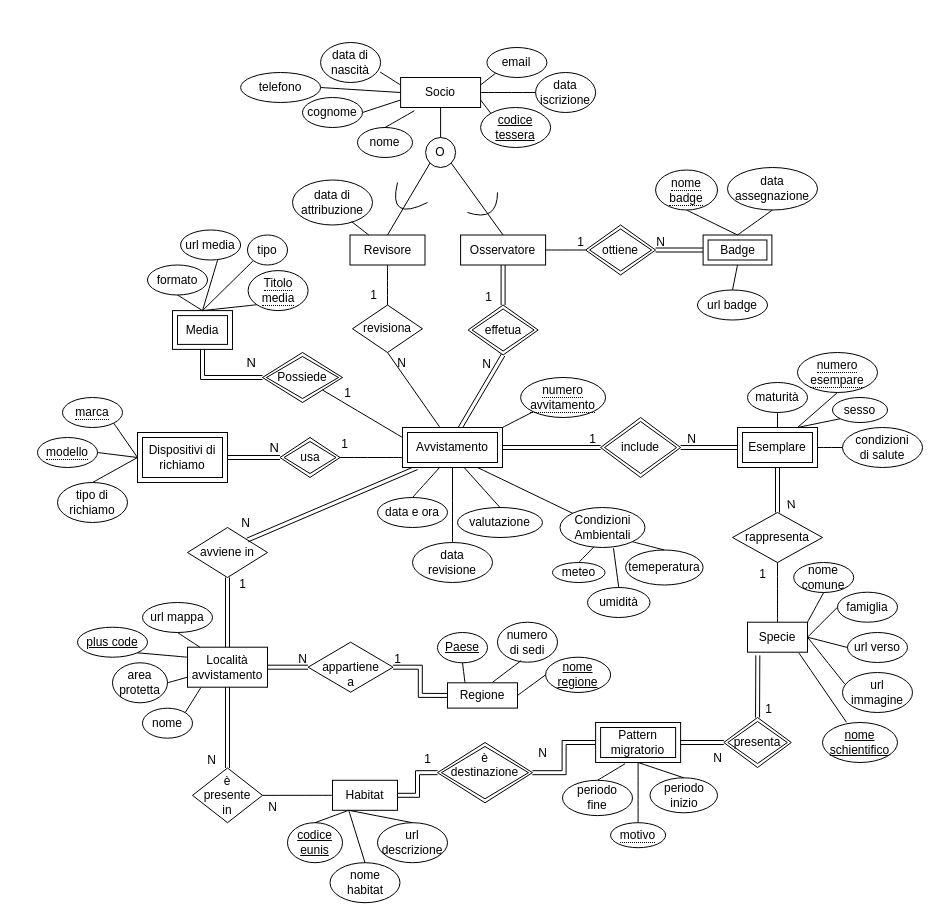
Before: page "Page-1" (1 of 4) of document/DiagramErr.drawio in uni-aca100/db-uni, a draw.io diagram. Source tidied: cells renumbered, new cells numbered last; positions are measured from the earlier drawing's top-left corner, leaving out a move shared by most shapes. Both pictures are drawn from the tidied source at 100%, with x=0, y=0 at pixel (37, 42).
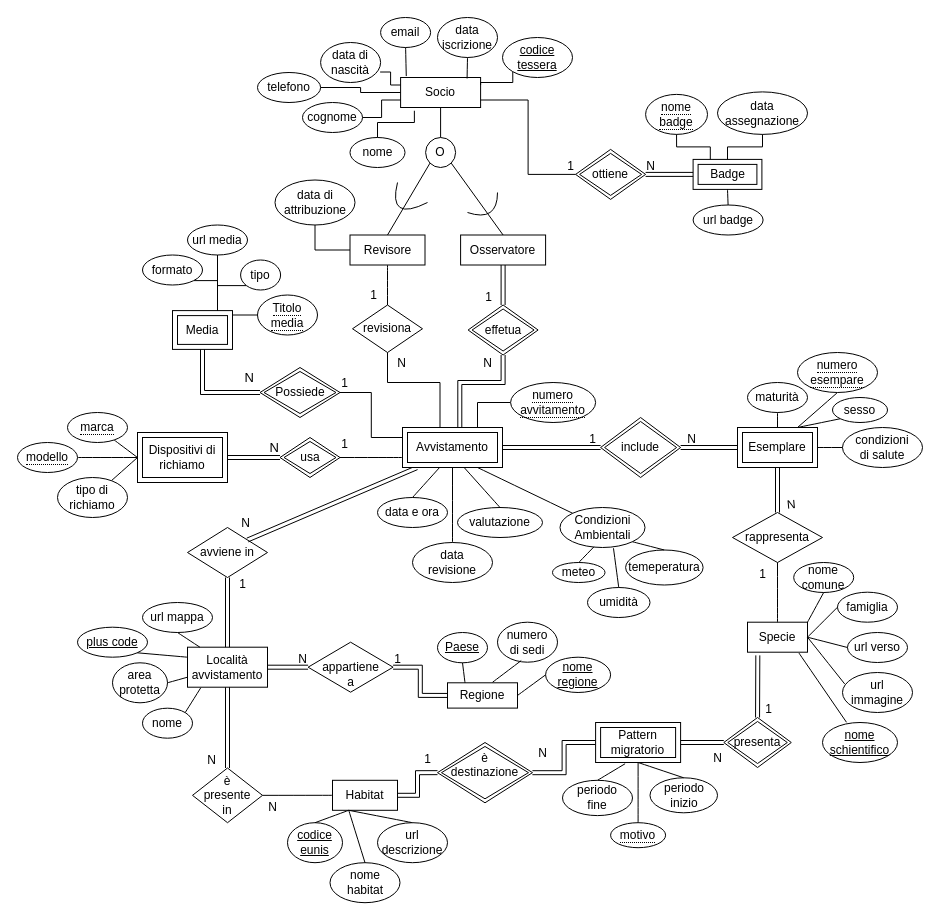
The same page after the edit.

The change refers to these unchanged cells:
```xml
<mxCell id="2" value="&lt;font&gt;Socio&lt;/font&gt;" style="whiteSpace=wrap;html=1;align=center;" parent="1" vertex="1">
  <mxGeometry x="363.1" y="35" width="80" height="30" as="geometry" />
</mxCell>
<mxCell id="6" value="Revisore" style="rounded=0;whiteSpace=wrap;html=1;" parent="1" vertex="1">
  <mxGeometry x="312.5" y="192.5" width="75" height="30" as="geometry" />
</mxCell>
<mxCell id="7" value="Osservatore" style="rounded=0;whiteSpace=wrap;html=1;" parent="1" vertex="1">
  <mxGeometry x="423.1" y="192.5" width="85" height="30" as="geometry" />
</mxCell>
<mxCell id="9" value="revisiona" style="shape=rhombus;perimeter=rhombusPerimeter;whiteSpace=wrap;html=1;align=center;" parent="1" vertex="1">
  <mxGeometry x="315" y="262.5" width="70" height="47.5" as="geometry" />
</mxCell>
<mxCell id="20" value="Media" style="shape=ext;margin=3;double=1;whiteSpace=wrap;html=1;align=center;" parent="1" vertex="1">
  <mxGeometry x="135" y="268.1" width="60" height="38.8" as="geometry" />
</mxCell>
<mxCell id="26" value="Dispositivi di richiamo" style="shape=ext;margin=3;double=1;whiteSpace=wrap;html=1;align=center;" parent="1" vertex="1">
  <mxGeometry x="100" y="390" width="90" height="50" as="geometry" />
</mxCell>
<mxCell id="130" value="data di nascità" style="ellipse;whiteSpace=wrap;html=1;align=center;" parent="1" vertex="1">
  <mxGeometry x="283.1" width="60" height="40" as="geometry" />
</mxCell>
<mxCell id="166" value="Avvistamento" style="shape=ext;margin=3;double=1;whiteSpace=wrap;html=1;align=center;" parent="1" vertex="1">
  <mxGeometry x="365" y="385" width="100" height="40" as="geometry" />
</mxCell>
<mxCell id="167" value="effetua" style="shape=rhombus;double=1;perimeter=rhombusPerimeter;whiteSpace=wrap;html=1;align=center;" parent="1" vertex="1">
  <mxGeometry x="430.6" y="262.5" width="70" height="50" as="geometry" />
</mxCell>
```

Diff of the diagram source:
```diff
@@
-    <mxCell id="10" style="endArrow=none;html=1;rounded=0;fontSize=12;startSize=8;endSize=8;curved=1;entryX=0.5;entryY=1;entryDx=0;entryDy=0;exitX=0.25;exitY=0;exitDx=0;exitDy=0;" parent="1" edge="1" target="9">
+    <mxCell id="10" style="endArrow=none;html=1;rounded=0;fontSize=12;startSize=8;endSize=8;entryX=0.5;entryY=1;entryDx=0;entryDy=0;exitX=0.25;exitY=0;exitDx=0;exitDy=0;edgeStyle=orthogonalEdgeStyle;" parent="1" edge="1" target="9">
       <mxGeometry relative="1" as="geometry">
         <mxPoint x="402.5" y="385" as="sourcePoint" />
+        <Array as="points">
+          <mxPoint x="402" y="340" />
+          <mxPoint x="350" y="340" />
+        </Array>
       </mxGeometry>
     </mxCell>
@@
-    <mxCell id="14" style="shape=link;html=1;rounded=0;fontSize=12;startSize=8;endSize=8;curved=1;exitX=0.573;exitY=0.027;exitDx=0;exitDy=0;entryX=0.5;entryY=1;entryDx=0;entryDy=0;exitPerimeter=0;" parent="1" edge="1" source="166" target="167">
-      <mxGeometry relative="1" as="geometry" />
+    <mxCell id="14" style="shape=link;html=1;rounded=0;fontSize=12;startSize=8;endSize=8;exitX=0.573;exitY=0.027;exitDx=0;exitDy=0;entryX=0.5;entryY=1;entryDx=0;entryDy=0;exitPerimeter=0;edgeStyle=orthogonalEdgeStyle;" parent="1" edge="1" source="166" target="167">
+      <mxGeometry relative="1" as="geometry">
+        <Array as="points">
+          <mxPoint x="422" y="340" />
+          <mxPoint x="466" y="340" />
+        </Array>
+      </mxGeometry>
     </mxCell>
@@
     <mxCell id="21" value="Possiede" style="shape=rhombus;double=1;perimeter=rhombusPerimeter;whiteSpace=wrap;html=1;align=center;" parent="1" vertex="1">
-      <mxGeometry x="225" y="310" width="80" height="50" as="geometry" />
+      <mxGeometry x="222.5" y="325" width="80" height="50" as="geometry" />
     </mxCell>
@@
-    <mxCell id="24" style="endArrow=none;html=1;rounded=0;fontSize=12;startSize=8;endSize=8;curved=1;entryX=1;entryY=1;entryDx=0;entryDy=0;exitX=0;exitY=0.25;exitDx=0;exitDy=0;" parent="1" edge="1" source="166" target="21">
+    <mxCell id="24" style="endArrow=none;html=1;rounded=0;fontSize=12;startSize=8;endSize=8;entryX=1;entryY=0.5;entryDx=0;entryDy=0;exitX=0;exitY=0.25;exitDx=0;exitDy=0;edgeStyle=orthogonalEdgeStyle;" parent="1" edge="1" source="166" target="21">
       <mxGeometry relative="1" as="geometry" />
     </mxCell>
     <mxCell id="25" value="&lt;font style=&quot;font-size: 12px;&quot;&gt;1&lt;/font&gt;" style="html=1;whiteSpace=wrap;align=right;verticalAlign=bottom;fontSize=15;" parent="24" vertex="1">
       <mxGeometry x="1" relative="1" as="geometry">
-        <mxPoint x="30" y="12" as="offset" />
+        <mxPoint x="10" as="offset" />
       </mxGeometry>
     </mxCell>
@@
     <mxCell id="52" value="Badge" style="shape=ext;margin=3;double=1;whiteSpace=wrap;html=1;align=center;" parent="1" vertex="1">
-      <mxGeometry x="665.6" y="192.5" width="68.8" height="30" as="geometry" />
+      <mxGeometry x="655.6" y="116.9" width="68.8" height="30" as="geometry" />
     </mxCell>
     <mxCell id="53" value="ottiene" style="shape=rhombus;double=1;perimeter=rhombusPerimeter;whiteSpace=wrap;html=1;align=center;" parent="1" vertex="1">
-      <mxGeometry x="548.1" y="182.5" width="70" height="50" as="geometry" />
+      <mxGeometry x="538.1" y="106.9" width="70" height="50" as="geometry" />
     </mxCell>
@@
-    <mxCell id="56" style="endArrow=none;html=1;rounded=0;fontSize=12;startSize=8;endSize=8;curved=1;entryX=0;entryY=0.5;entryDx=0;entryDy=0;exitX=1;exitY=0.5;exitDx=0;exitDy=0;" parent="1" edge="1" source="7" target="53">
+    <mxCell id="56" style="endArrow=none;html=1;rounded=0;fontSize=12;startSize=8;endSize=8;entryX=0;entryY=0.5;entryDx=0;entryDy=0;exitX=1;exitY=0.75;exitDx=0;exitDy=0;edgeStyle=orthogonalEdgeStyle;" parent="1" edge="1" source="2" target="53">
       <mxGeometry relative="1" as="geometry" />
     </mxCell>
@@
+    <mxCell id="79" style="edgeStyle=orthogonalEdgeStyle;rounded=0;jettySize=auto;html=1;exitX=0;exitY=1;exitDx=0;exitDy=0;entryX=0.75;entryY=0;entryDx=0;entryDy=0;fontSize=12;startSize=8;endSize=8;endArrow=none;endFill=0;" parent="1" edge="1" source="74" target="20">
+      <mxGeometry relative="1" as="geometry" />
+    </mxCell>
     <mxCell id="74" value="tipo" style="ellipse;whiteSpace=wrap;html=1;align=center;" parent="1" vertex="1">
-      <mxGeometry x="210" y="192.5" width="40" height="30" as="geometry" />
+      <mxGeometry x="203.1" y="217.5" width="40" height="30" as="geometry" />
     </mxCell>
+    <mxCell id="78" style="edgeStyle=orthogonalEdgeStyle;rounded=0;jettySize=auto;html=1;entryX=0.75;entryY=0;entryDx=0;entryDy=0;fontSize=12;startSize=8;endSize=8;endArrow=none;endFill=0;" parent="1" edge="1" source="75" target="20">
+      <mxGeometry relative="1" as="geometry" />
+    </mxCell>
     <mxCell id="75" value="url media" style="ellipse;whiteSpace=wrap;html=1;align=center;" parent="1" vertex="1">
-      <mxGeometry x="143.1" y="187.5" width="60" height="30" as="geometry" />
+      <mxGeometry x="150" y="182.5" width="60" height="30" as="geometry" />
     </mxCell>
+    <mxCell id="77" style="edgeStyle=orthogonalEdgeStyle;rounded=0;jettySize=auto;html=1;exitX=1;exitY=1;exitDx=0;exitDy=0;entryX=0.75;entryY=0;entryDx=0;entryDy=0;fontSize=12;startSize=8;endSize=8;endArrow=none;endFill=0;" parent="1" edge="1" source="76" target="20">
+      <mxGeometry relative="1" as="geometry" />
+    </mxCell>
     <mxCell id="76" value="formato" style="ellipse;whiteSpace=wrap;html=1;align=center;" parent="1" vertex="1">
-      <mxGeometry x="110" y="222.5" width="60" height="30" as="geometry" />
+      <mxGeometry x="105" y="212.5" width="60" height="30" as="geometry" />
     </mxCell>
-    <mxCell id="77" style="endArrow=none;html=1;rounded=0;fontSize=12;startSize=8;endSize=8;curved=1;exitX=0.5;exitY=1;exitDx=0;exitDy=0;entryX=0.5;entryY=0;entryDx=0;entryDy=0;" parent="1" edge="1" source="76" target="20">
-      <mxGeometry relative="1" as="geometry" />
-    </mxCell>
-    <mxCell id="78" style="endArrow=none;html=1;rounded=0;fontSize=12;startSize=8;endSize=8;curved=1;exitX=0.617;exitY=1;exitDx=0;exitDy=0;entryX=0.5;entryY=0;entryDx=0;entryDy=0;exitPerimeter=0;" parent="1" edge="1" source="75" target="20">
-      <mxGeometry relative="1" as="geometry" />
-    </mxCell>
-    <mxCell id="79" style="endArrow=none;html=1;rounded=0;fontSize=12;startSize=8;endSize=8;curved=1;exitX=0;exitY=1;exitDx=0;exitDy=0;entryX=0.5;entryY=0;entryDx=0;entryDy=0;" parent="1" edge="1" source="74" target="20">
-      <mxGeometry relative="1" as="geometry" />
-    </mxCell>
-    <mxCell id="80" style="endArrow=none;html=1;rounded=0;fontSize=12;startSize=8;endSize=8;curved=1;exitX=0;exitY=1;exitDx=0;exitDy=0;entryX=0.5;entryY=0;entryDx=0;entryDy=0;" parent="1" edge="1" source="112" target="20">
-      <mxGeometry relative="1" as="geometry" />
-    </mxCell>
@@
     <mxCell id="89" value="&lt;div&gt;&lt;span style=&quot;border-bottom: 1px dotted;&quot;&gt;nome&lt;/span&gt;&lt;/div&gt;&lt;div&gt;&lt;span style=&quot;border-bottom: 1px dotted;&quot;&gt;badge&lt;/span&gt;&lt;/div&gt;" style="ellipse;whiteSpace=wrap;html=1;align=center;" parent="1" vertex="1">
-      <mxGeometry x="618.1" y="127.5" width="61.9" height="40" as="geometry" />
+      <mxGeometry x="608.1" y="51.9" width="61.9" height="40" as="geometry" />
     </mxCell>
     <mxCell id="90" value="&lt;div&gt;&lt;br&gt;&lt;/div&gt;&lt;div&gt;data assegnazione&lt;/div&gt;&lt;div&gt;&lt;br&gt;&lt;/div&gt;" style="ellipse;whiteSpace=wrap;html=1;align=center;" parent="1" vertex="1">
-      <mxGeometry x="690" y="125" width="90" height="42.5" as="geometry" />
+      <mxGeometry x="680" y="49.4" width="90" height="42.5" as="geometry" />
     </mxCell>
     <mxCell id="91" value="url badge" style="ellipse;whiteSpace=wrap;html=1;align=center;" parent="1" vertex="1">
-      <mxGeometry x="660" y="247.5" width="70" height="30" as="geometry" />
+      <mxGeometry x="655.6" y="162.5" width="70" height="30" as="geometry" />
     </mxCell>
-    <mxCell id="92" style="endArrow=none;html=1;rounded=0;fontSize=12;startSize=8;endSize=8;curved=1;exitX=0.5;exitY=1;exitDx=0;exitDy=0;entryX=0.5;entryY=0;entryDx=0;entryDy=0;" parent="1" edge="1" source="89" target="52">
+    <mxCell id="92" style="endArrow=none;html=1;rounded=0;fontSize=12;startSize=8;endSize=8;exitX=0.5;exitY=1;exitDx=0;exitDy=0;entryX=0.25;entryY=0;entryDx=0;entryDy=0;edgeStyle=orthogonalEdgeStyle;" parent="1" edge="1" source="89" target="52">
       <mxGeometry relative="1" as="geometry" />
     </mxCell>
@@
-    <mxCell id="94" style="endArrow=none;html=1;rounded=0;fontSize=12;startSize=8;endSize=8;curved=1;entryX=0.5;entryY=1;entryDx=0;entryDy=0;exitX=0.5;exitY=0;exitDx=0;exitDy=0;" parent="1" edge="1" source="52" target="90">
+    <mxCell id="94" style="endArrow=none;html=1;rounded=0;fontSize=12;startSize=8;endSize=8;entryX=0.5;entryY=1;entryDx=0;entryDy=0;exitX=0.5;exitY=0;exitDx=0;exitDy=0;edgeStyle=orthogonalEdgeStyle;" parent="1" edge="1" source="52" target="90">
       <mxGeometry relative="1" as="geometry" />
     </mxCell>
@@
-    <mxCell id="111" style="endArrow=none;html=1;rounded=0;fontSize=12;startSize=8;endSize=8;curved=1;exitX=1;exitY=0;exitDx=0;exitDy=0;entryX=0;entryY=1;entryDx=0;entryDy=0;" parent="1" edge="1" source="166" target="165">
-      <mxGeometry relative="1" as="geometry" />
-    </mxCell>
+    <mxCell id="80" style="edgeStyle=orthogonalEdgeStyle;rounded=0;jettySize=auto;html=1;exitX=0;exitY=0.5;exitDx=0;exitDy=0;entryX=1;entryY=0.25;entryDx=0;entryDy=0;fontSize=12;startSize=8;endSize=8;endArrow=none;endFill=0;" parent="1" edge="1" source="112" target="20">
+      <mxGeometry relative="1" as="geometry" />
+    </mxCell>
     <mxCell id="112" value="&lt;div&gt;&lt;span style=&quot;border-bottom: 1px dotted;&quot;&gt;Titolo&lt;/span&gt;&lt;/div&gt;&lt;div&gt;&lt;span style=&quot;border-bottom: 1px dotted;&quot;&gt;media&lt;/span&gt;&lt;/div&gt;" style="ellipse;whiteSpace=wrap;html=1;align=center;" parent="1" vertex="1">
-      <mxGeometry x="210.6" y="228.1" width="60" height="40" as="geometry" />
+      <mxGeometry x="220" y="252.5" width="60" height="40" as="geometry" />
     </mxCell>
@@
+    <mxCell id="177" style="edgeStyle=orthogonalEdgeStyle;rounded=0;jettySize=auto;html=1;exitX=0;exitY=1;exitDx=0;exitDy=0;entryX=1;entryY=0.25;entryDx=0;entryDy=0;fontSize=12;startSize=8;endSize=8;endArrow=none;endFill=0;" parent="1" edge="1" source="126" target="2">
+      <mxGeometry relative="1" as="geometry">
+        <Array as="points">
+          <mxPoint x="476" y="40" />
+          <mxPoint x="443" y="40" />
+        </Array>
+      </mxGeometry>
+    </mxCell>
     <mxCell id="126" value="&lt;div&gt;codice&lt;/div&gt;&lt;div&gt;tessera&lt;/div&gt;" style="ellipse;whiteSpace=wrap;html=1;align=center;fontStyle=4;" parent="1" vertex="1">
-      <mxGeometry x="443.1" y="65" width="70" height="40" as="geometry" />
+      <mxGeometry x="465" y="-5" width="70" height="40" as="geometry" />
     </mxCell>
     <mxCell id="127" value="nome" style="ellipse;whiteSpace=wrap;html=1;align=center;" parent="1" vertex="1">
-      <mxGeometry x="320" y="85" width="55" height="30" as="geometry" />
+      <mxGeometry x="312.5" y="95" width="55" height="30" as="geometry" />
     </mxCell>
     <mxCell id="128" value="cognome" style="ellipse;whiteSpace=wrap;html=1;align=center;" parent="1" vertex="1">
-      <mxGeometry x="265" y="55" width="60" height="30" as="geometry" />
+      <mxGeometry x="265" y="60" width="60" height="30" as="geometry" />
     </mxCell>
     <mxCell id="129" value="email" style="ellipse;whiteSpace=wrap;html=1;align=center;" parent="1" vertex="1">
-      <mxGeometry x="449.4" y="5" width="60" height="30" as="geometry" />
+      <mxGeometry x="343.1" y="-25" width="50" height="30" as="geometry" />
     </mxCell>
@@
     <mxCell id="131" value="data iscrizione" style="ellipse;whiteSpace=wrap;html=1;align=center;" parent="1" vertex="1">
-      <mxGeometry x="498.1" y="30" width="60" height="40" as="geometry" />
+      <mxGeometry x="400" y="-25" width="60" height="40" as="geometry" />
     </mxCell>
-    <mxCell id="132" style="endArrow=none;html=1;rounded=0;fontSize=12;startSize=8;endSize=8;curved=1;entryX=0;entryY=0;entryDx=0;entryDy=0;exitX=1;exitY=0.75;exitDx=0;exitDy=0;" parent="1" edge="1" source="2" target="126">
-      <mxGeometry relative="1" as="geometry" />
-    </mxCell>
-    <mxCell id="133" style="endArrow=none;html=1;rounded=0;fontSize=12;startSize=8;endSize=8;curved=1;entryX=0;entryY=0.5;entryDx=0;entryDy=0;exitX=1;exitY=0.5;exitDx=0;exitDy=0;" parent="1" edge="1" source="2" target="131">
-      <mxGeometry relative="1" as="geometry" />
-    </mxCell>
-    <mxCell id="134" style="endArrow=none;html=1;rounded=0;fontSize=12;startSize=8;endSize=8;curved=1;entryX=0;entryY=1;entryDx=0;entryDy=0;exitX=1;exitY=0.25;exitDx=0;exitDy=0;" parent="1" edge="1" source="2" target="129">
-      <mxGeometry relative="1" as="geometry" />
-    </mxCell>
-    <mxCell id="135" style="endArrow=none;html=1;rounded=0;fontSize=12;startSize=8;endSize=8;curved=1;entryX=0.992;entryY=0.738;entryDx=0;entryDy=0;exitX=0;exitY=0.25;exitDx=0;exitDy=0;entryPerimeter=0;" parent="1" edge="1" source="2" target="130">
+    <mxCell id="135" style="endArrow=none;html=1;rounded=0;fontSize=12;startSize=8;endSize=8;entryX=0.992;entryY=0.738;entryDx=0;entryDy=0;exitX=0;exitY=0.25;exitDx=0;exitDy=0;entryPerimeter=0;edgeStyle=orthogonalEdgeStyle;" parent="1" edge="1" source="2" target="130">
       <mxGeometry relative="1" as="geometry" />
     </mxCell>
-    <mxCell id="136" style="endArrow=none;html=1;rounded=0;fontSize=12;startSize=8;endSize=8;curved=1;entryX=0;entryY=0.75;entryDx=0;entryDy=0;exitX=1;exitY=0.5;exitDx=0;exitDy=0;" parent="1" edge="1" source="128" target="2">
+    <mxCell id="136" style="endArrow=none;html=1;rounded=0;fontSize=12;startSize=8;endSize=8;entryX=0;entryY=0.75;entryDx=0;entryDy=0;exitX=1;exitY=0.5;exitDx=0;exitDy=0;edgeStyle=orthogonalEdgeStyle;" parent="1" edge="1" source="128" target="2">
       <mxGeometry relative="1" as="geometry" />
     </mxCell>
-    <mxCell id="137" style="endArrow=none;html=1;rounded=0;fontSize=12;startSize=8;endSize=8;curved=1;entryX=0.172;entryY=1.108;entryDx=0;entryDy=0;exitX=0.5;exitY=0;exitDx=0;exitDy=0;entryPerimeter=0;" parent="1" edge="1" source="127" target="2">
-      <mxGeometry relative="1" as="geometry" />
+    <mxCell id="137" style="endArrow=none;html=1;rounded=0;fontSize=12;startSize=8;endSize=8;entryX=0.172;entryY=1.108;entryDx=0;entryDy=0;exitX=0.5;exitY=0;exitDx=0;exitDy=0;entryPerimeter=0;edgeStyle=orthogonalEdgeStyle;" parent="1" edge="1" source="127" target="2">
+      <mxGeometry relative="1" as="geometry">
+        <Array as="points">
+          <mxPoint x="340" y="80" />
+          <mxPoint x="377" y="80" />
+        </Array>
+      </mxGeometry>
     </mxCell>
+    <mxCell id="178" style="edgeStyle=orthogonalEdgeStyle;rounded=0;jettySize=auto;html=1;exitX=0.5;exitY=1;exitDx=0;exitDy=0;entryX=0;entryY=0.5;entryDx=0;entryDy=0;fontSize=12;startSize=8;endSize=8;endArrow=none;endFill=0;" parent="1" edge="1" source="138" target="6">
+      <mxGeometry relative="1" as="geometry" />
+    </mxCell>
     <mxCell id="138" value="data di attribuzione" style="ellipse;whiteSpace=wrap;html=1;align=center;" parent="1" vertex="1">
-      <mxGeometry x="255" y="137.5" width="80" height="45" as="geometry" />
+      <mxGeometry x="237.5" y="137.5" width="80" height="45" as="geometry" />
     </mxCell>
-    <mxCell id="139" style="endArrow=none;html=1;rounded=0;fontSize=12;startSize=8;endSize=8;curved=1;entryX=0.74;entryY=0.927;entryDx=0;entryDy=0;exitX=0.25;exitY=0;exitDx=0;exitDy=0;entryPerimeter=0;" parent="1" edge="1" source="6" target="138">
-      <mxGeometry relative="1" as="geometry" />
-    </mxCell>
@@
     <mxCell id="154" value="telefono" style="ellipse;whiteSpace=wrap;html=1;align=center;" parent="1" vertex="1">
-      <mxGeometry x="203.1" y="30" width="80" height="30" as="geometry" />
+      <mxGeometry x="220" y="30" width="63.1" height="30" as="geometry" />
     </mxCell>
-    <mxCell id="155" style="endArrow=none;html=1;rounded=0;fontSize=12;startSize=8;endSize=8;curved=1;exitX=1;exitY=0.5;exitDx=0;exitDy=0;entryX=0;entryY=0.5;entryDx=0;entryDy=0;" parent="1" edge="1" source="154" target="2">
+    <mxCell id="155" style="endArrow=none;html=1;rounded=0;fontSize=12;startSize=8;endSize=8;exitX=1;exitY=0.5;exitDx=0;exitDy=0;entryX=0;entryY=0.5;entryDx=0;entryDy=0;edgeStyle=orthogonalEdgeStyle;" parent="1" edge="1" source="154" target="2">
       <mxGeometry relative="1" as="geometry" />
     </mxCell>
@@
+    <mxCell id="161" style="edgeStyle=none;curved=1;rounded=0;jettySize=auto;html=1;entryX=0;entryY=0.5;entryDx=0;entryDy=0;fontSize=12;startSize=8;endSize=8;endArrow=none;endFill=0;" parent="1" edge="1" source="158" target="26">
+      <mxGeometry relative="1" as="geometry" />
+    </mxCell>
     <mxCell id="158" value="&lt;span style=&quot;border-bottom: 1px dotted;&quot;&gt;marca&lt;/span&gt;" style="ellipse;whiteSpace=wrap;html=1;align=center;" parent="1" vertex="1">
-      <mxGeometry x="25" y="355" width="60" height="30" as="geometry" />
+      <mxGeometry x="30" y="370" width="60" height="30" as="geometry" />
     </mxCell>
+    <mxCell id="162" style="edgeStyle=none;curved=1;rounded=0;jettySize=auto;html=1;entryX=0;entryY=0.5;entryDx=0;entryDy=0;fontSize=12;startSize=8;endSize=8;endArrow=none;endFill=0;" parent="1" edge="1" source="159" target="26">
+      <mxGeometry relative="1" as="geometry" />
+    </mxCell>
     <mxCell id="159" value="&lt;span style=&quot;border-bottom: 1px dotted;&quot;&gt;modello&lt;/span&gt;" style="ellipse;whiteSpace=wrap;html=1;align=center;" parent="1" vertex="1">
-      <mxGeometry y="395" width="60" height="30" as="geometry" />
+      <mxGeometry x="-20" y="400" width="60" height="30" as="geometry" />
     </mxCell>
+    <mxCell id="163" style="edgeStyle=none;curved=1;rounded=0;jettySize=auto;html=1;entryX=0;entryY=0.5;entryDx=0;entryDy=0;fontSize=12;startSize=8;endSize=8;endArrow=none;endFill=0;" parent="1" edge="1" source="160" target="26">
+      <mxGeometry relative="1" as="geometry" />
+    </mxCell>
     <mxCell id="160" value="&lt;div&gt;tipo di&lt;/div&gt;&lt;div&gt;richiamo&lt;/div&gt;" style="ellipse;whiteSpace=wrap;html=1;align=center;" parent="1" vertex="1">
-      <mxGeometry x="20" y="440" width="70" height="40" as="geometry" />
+      <mxGeometry x="20" y="435" width="70" height="40" as="geometry" />
     </mxCell>
-    <mxCell id="161" style="endArrow=none;html=1;rounded=0;fontSize=12;startSize=8;endSize=8;curved=1;exitX=1;exitY=1;exitDx=0;exitDy=0;entryX=0;entryY=0.5;entryDx=0;entryDy=0;" parent="1" edge="1" source="158" target="26">
-      <mxGeometry relative="1" as="geometry" />
-    </mxCell>
-    <mxCell id="162" style="endArrow=none;html=1;rounded=0;fontSize=12;startSize=8;endSize=8;curved=1;exitX=1;exitY=0.5;exitDx=0;exitDy=0;entryX=0;entryY=0.5;entryDx=0;entryDy=0;" parent="1" edge="1" source="159" target="26">
-      <mxGeometry relative="1" as="geometry" />
-    </mxCell>
-    <mxCell id="163" style="endArrow=none;html=1;rounded=0;fontSize=12;startSize=8;endSize=8;curved=1;exitX=0.5;exitY=0;exitDx=0;exitDy=0;entryX=0;entryY=0.5;entryDx=0;entryDy=0;" parent="1" edge="1" source="160" target="26">
-      <mxGeometry relative="1" as="geometry" />
-    </mxCell>
@@
+    <mxCell id="179" style="edgeStyle=orthogonalEdgeStyle;rounded=0;jettySize=auto;html=1;entryX=0.75;entryY=0;entryDx=0;entryDy=0;fontSize=12;startSize=8;endSize=8;endArrow=none;endFill=0;" parent="1" edge="1" source="165" target="166">
+      <mxGeometry relative="1" as="geometry" />
+    </mxCell>
     <mxCell id="165" value="&lt;span style=&quot;border-bottom: 1px dotted;&quot;&gt;numero avvitamento&lt;/span&gt;" style="ellipse;whiteSpace=wrap;html=1;align=center;" parent="1" vertex="1">
-      <mxGeometry x="483.1" y="335" width="85" height="40" as="geometry" />
+      <mxGeometry x="473.1" y="340" width="85" height="40" as="geometry" />
     </mxCell>
@@
+    <mxCell id="180" style="edgeStyle=none;curved=1;rounded=0;jettySize=auto;html=1;entryX=0.071;entryY=-0.047;entryDx=0;entryDy=0;entryPerimeter=0;fontSize=12;startSize=8;endSize=8;endArrow=none;endFill=0;" parent="1" edge="1" source="129" target="2">
+      <mxGeometry relative="1" as="geometry" />
+    </mxCell>
+    <mxCell id="181" style="edgeStyle=none;curved=1;rounded=0;jettySize=auto;html=1;exitX=0.5;exitY=1;exitDx=0;exitDy=0;entryX=0.831;entryY=0.033;entryDx=0;entryDy=0;entryPerimeter=0;fontSize=12;startSize=8;endSize=8;endArrow=none;endFill=0;" parent="1" edge="1" source="131" target="2">
+      <mxGeometry relative="1" as="geometry" />
+    </mxCell>
```
